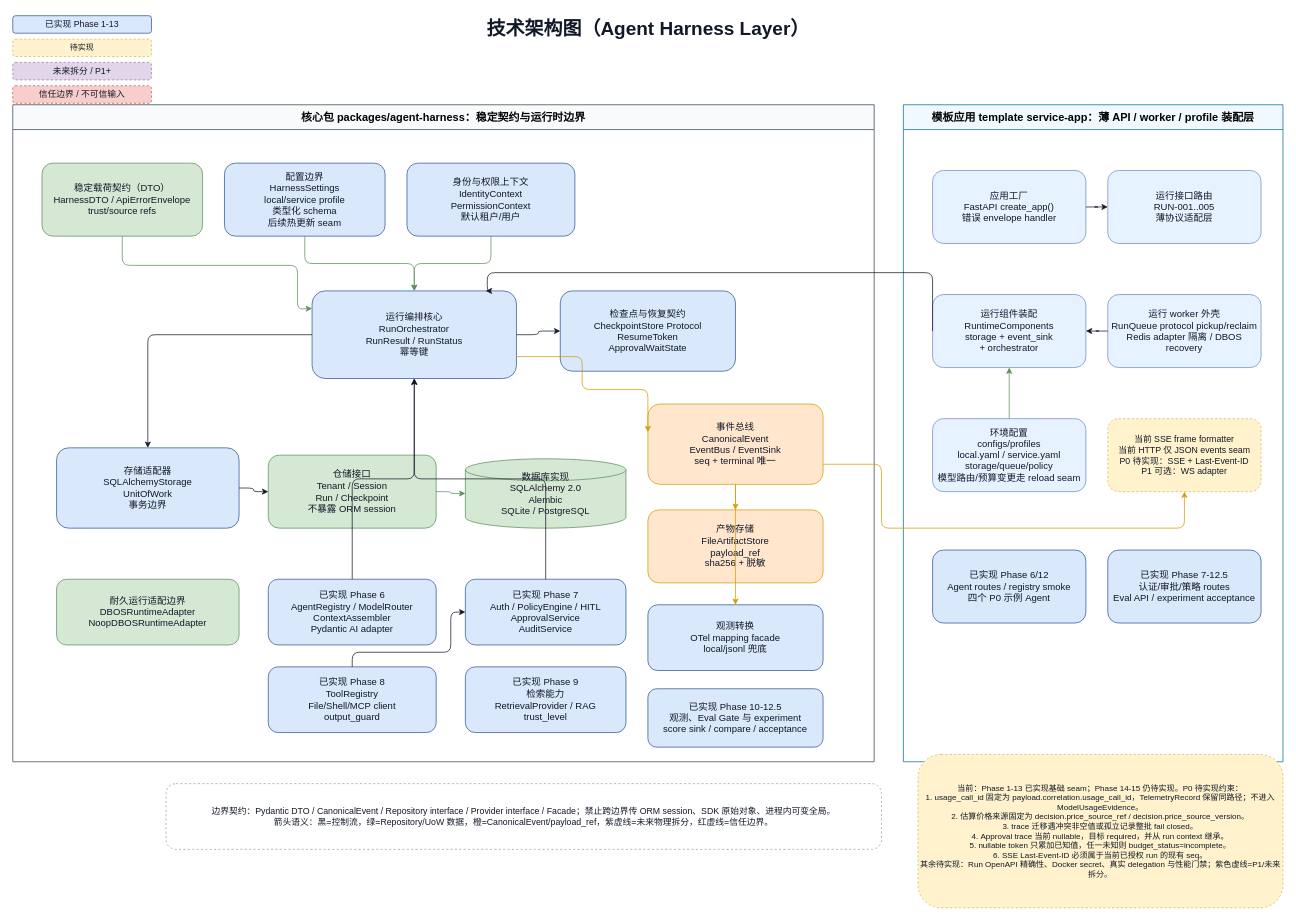
Earlier version of the draw.io diagram docs/architecture/agent-harness-technical-architecture.drawio (wdmcheng/agent-harness-layer). Source tidied: cells renumbered, new cells numbered last; positions are measured from the earlier drawing's top-left corner, leaving out a move shared by most shapes. Both pictures are drawn from the tidied source at 73%, with x=0, y=0 at pixel (12, 12).
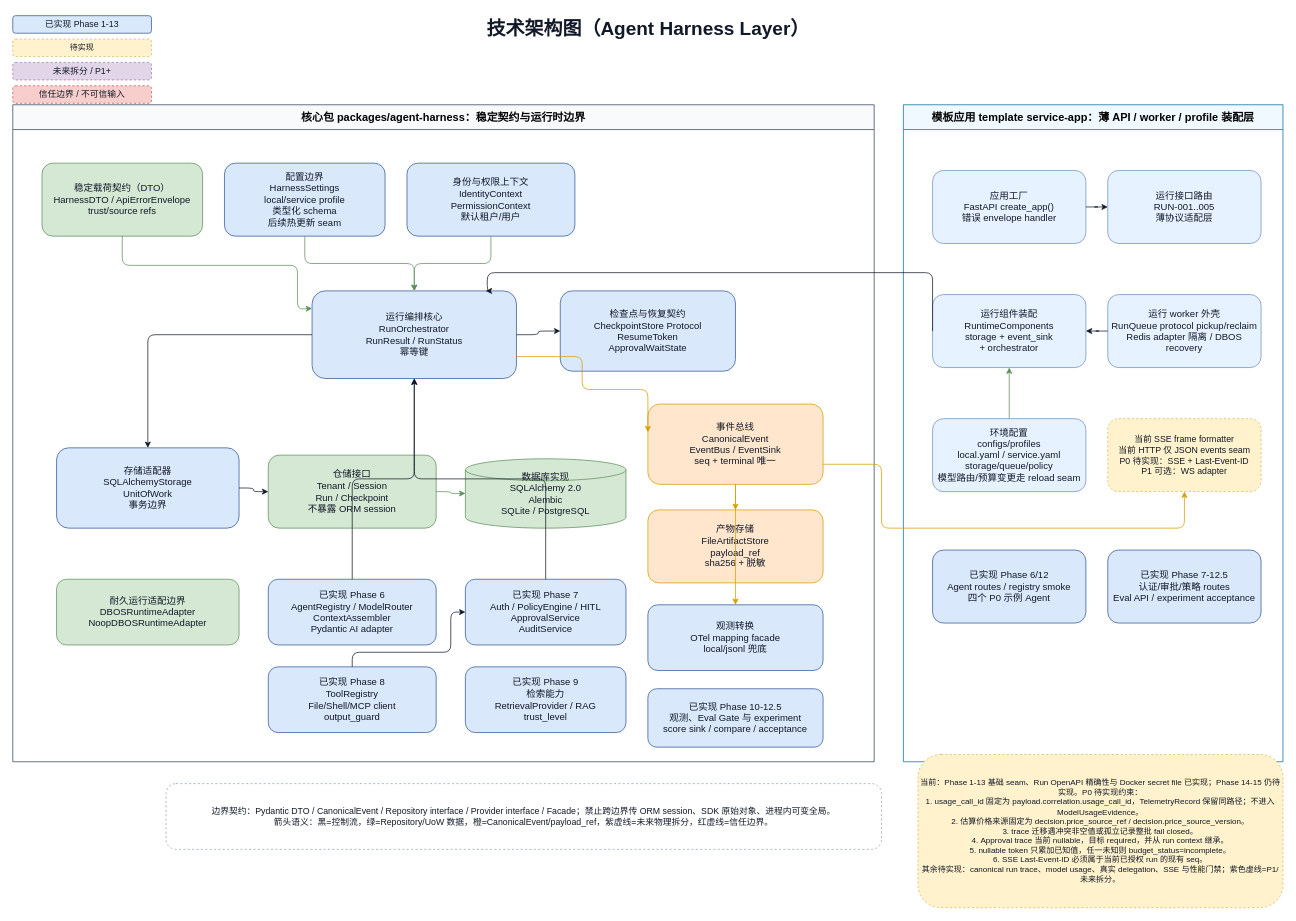
The same page after the edit.

The edit, as a diff of the source:
```diff
@@
-    <mxCell id="10" value="当前：Phase 1-13 已实现基础 seam；Phase 14-15 仍待实现。P0 待实现约束：&#10;1. usage_call_id 固定为 payload.correlation.usage_call_id，TelemetryRecord 保留同路径；不进入 ModelUsageEvidence。&#10;2. 估算价格来源固定为 decision.price_source_ref / decision.price_source_version。&#10;3. trace 迁移遇冲突非空值或孤立记录整批 fail closed。&#10;4. Approval trace 当前 nullable，目标 required，并从 run context 继承。&#10;5. nullable token 只累加已知值，任一未知则 budget_status=incomplete。&#10;6. SSE Last-Event-ID 必须属于当前已授权 run 的现有 seq。&#10;其余待实现：Run OpenAPI 精确性、Docker secret、真实 delegation 与性能门禁；紫色虚线=P1/未来拆分。" style="rounded=1;whiteSpace=wrap;html=1;fillColor=#fff2cc;strokeColor=#d6b656;fontColor=#111827;fontSize=11;dashed=1;" parent="1" vertex="1">
+    <mxCell id="10" value="当前：Phase 1-13 基础 seam、Run OpenAPI 精确性与 Docker secret file 已实现；Phase 14-15 仍待实现。P0 待实现约束：&#10;1. usage_call_id 固定为 payload.correlation.usage_call_id，TelemetryRecord 保留同路径；不进入 ModelUsageEvidence。&#10;2. 估算价格来源固定为 decision.price_source_ref / decision.price_source_version。&#10;3. trace 迁移遇冲突非空值或孤立记录整批 fail closed。&#10;4. Approval trace 当前 nullable，目标 required，并从 run context 继承。&#10;5. nullable token 只累加已知值，任一未知则 budget_status=incomplete。&#10;6. SSE Last-Event-ID 必须属于当前已授权 run 的现有 seq。&#10;其余待实现：canonical run trace、model usage、真实 delegation、SSE 与性能门禁；紫色虚线=P1/未来拆分。" style="rounded=1;whiteSpace=wrap;html=1;fillColor=#fff2cc;strokeColor=#d6b656;fontColor=#111827;fontSize=11;dashed=1;" parent="1" vertex="1">
       <mxGeometry x="1240" y="1016" width="500" height="210" as="geometry" />
     </mxCell>
```
